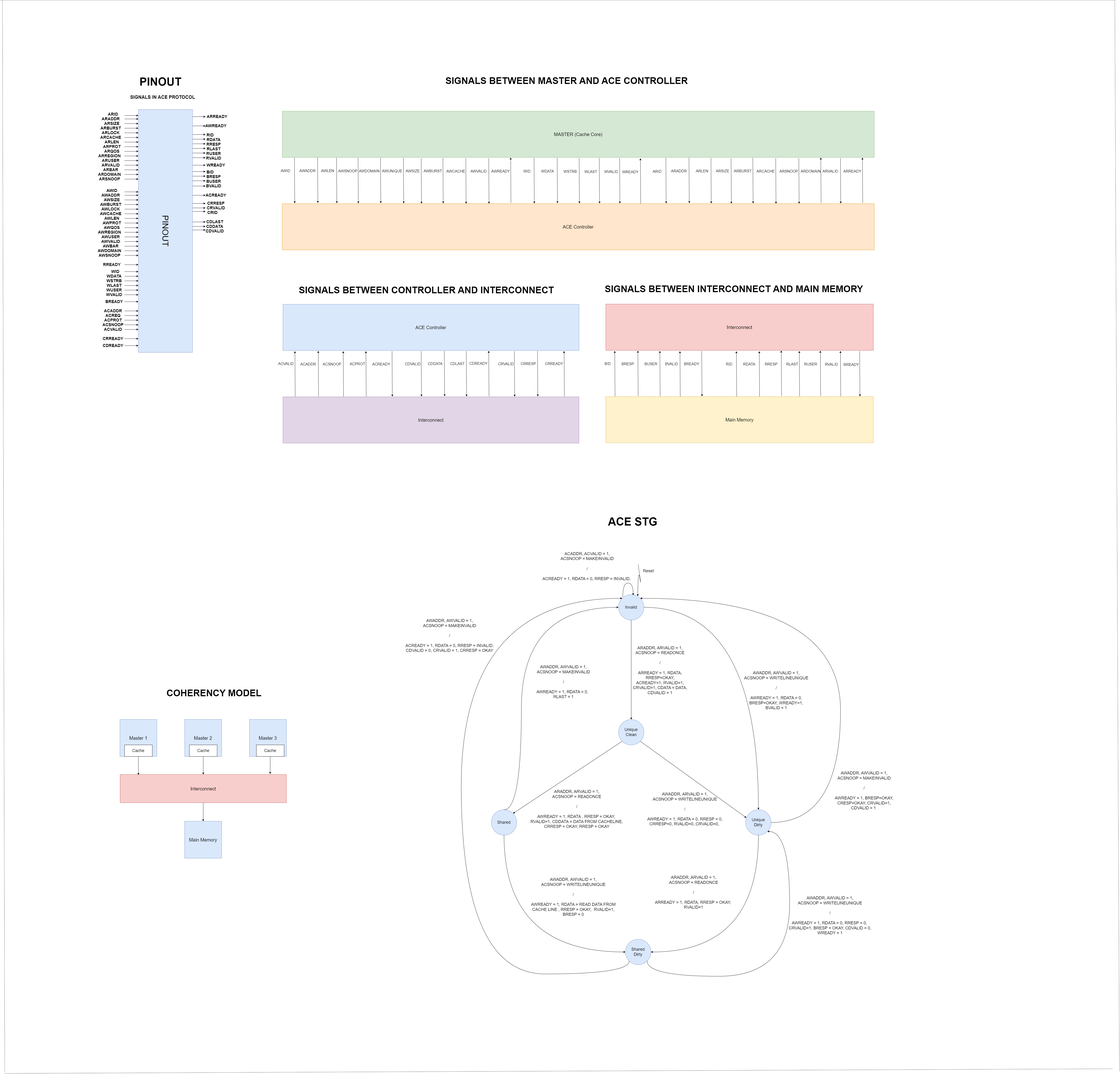
This is docs/ACE Pinout and Controller(draw.io).png from Hamzaweb49/cache-core, a draw.io export, as it was before one commit. Source tidied: cells renumbered, new cells last; positions are measured from the earlier drawing's top-left corner, leaving out a move shared by most shapes.
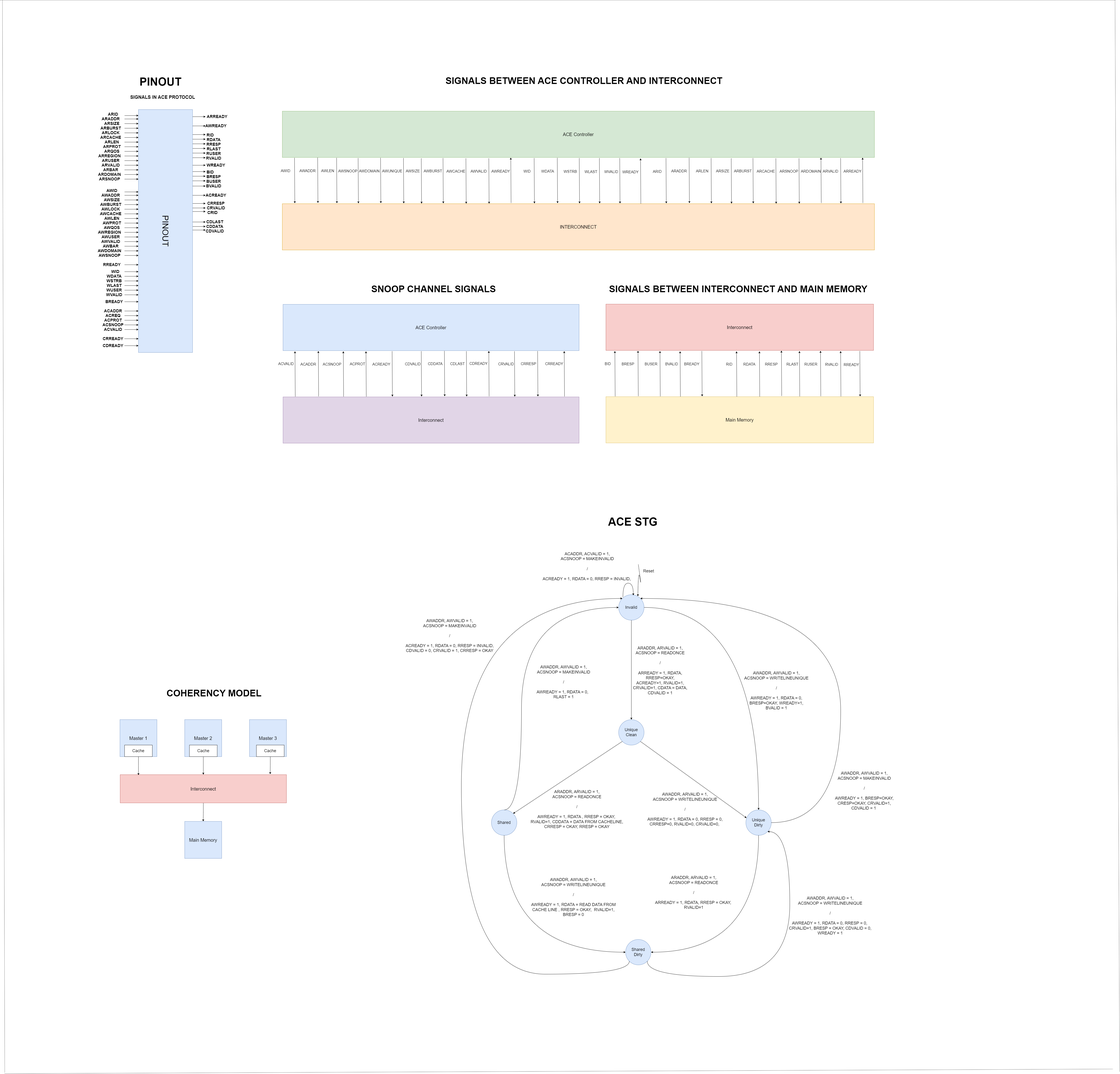
Above is the later version.

Commit message:
Fixed Module Names in Pinout

Change to the diagram source:
```diff
@@ -794,10 +794,10 @@
     <mxCell id="185" value="&lt;font size=&quot;1&quot; style=&quot;&quot;&gt;&lt;b style=&quot;font-size: 40px;&quot;&gt;COHERENCY MODEL&lt;/b&gt;&lt;/font&gt;" style="text;whiteSpace=wrap;html=1;" parent="1" vertex="1">
       <mxGeometry x="718" y="2965" width="431" height="40" as="geometry" />
     </mxCell>
-    <mxCell id="186" value="&lt;font style=&quot;font-size: 20px;&quot;&gt;MASTER (Cache Core)&lt;/font&gt;" style="rounded=0;whiteSpace=wrap;html=1;fillColor=#d5e8d4;strokeColor=#82b366;" parent="1" vertex="1">
+    <mxCell id="186" value="&lt;font style=&quot;font-size: 20px;&quot;&gt;ACE Controller&lt;/font&gt;" style="rounded=0;whiteSpace=wrap;html=1;fillColor=#d5e8d4;strokeColor=#82b366;" parent="1" vertex="1">
       <mxGeometry x="1220" y="480" width="2560" height="200" as="geometry" />
     </mxCell>
-    <mxCell id="187" value="&lt;font style=&quot;font-size: 20px;&quot;&gt;ACE Controller&lt;/font&gt;" style="rounded=0;whiteSpace=wrap;html=1;fillColor=#ffe6cc;strokeColor=#d79b00;" parent="1" vertex="1">
+    <mxCell id="187" value="&lt;font style=&quot;font-size: 20px;&quot;&gt;INTERCONNECT&lt;/font&gt;" style="rounded=0;whiteSpace=wrap;html=1;fillColor=#ffe6cc;strokeColor=#d79b00;" parent="1" vertex="1">
       <mxGeometry x="1220" y="880" width="2560" height="200" as="geometry" />
     </mxCell>
     <mxCell id="188" style="endArrow=classic;html=1;rounded=0;exitX=0.049;exitY=1.003;exitDx=0;exitDy=0;exitPerimeter=0;entryX=0.05;entryY=-0.016;entryDx=0;entryDy=0;entryPerimeter=0;" parent="1" edge="1">
@@ -1274,14 +1274,14 @@
     <mxCell id="294" value="&lt;font style=&quot;font-size: 36px;&quot;&gt;PINOUT&lt;/font&gt;" style="rounded=0;whiteSpace=wrap;html=1;rotation=90;fillColor=#dae8fc;strokeColor=#6c8ebf;" parent="1" vertex="1">
       <mxGeometry x="190" y="881" width="1050" height="234" as="geometry" />
     </mxCell>
-    <mxCell id="295" value="&lt;h1&gt;&lt;font style=&quot;font-size: 40px;&quot;&gt;SIGNALS BETWEEN MASTER AND ACE CONTROLLER&lt;/font&gt;&lt;/h1&gt;" style="text;html=1;strokeColor=none;fillColor=none;spacing=5;spacingTop=-20;whiteSpace=wrap;overflow=hidden;rounded=0;" parent="1" vertex="1">
-      <mxGeometry x="1921" y="319" width="1069" height="70" as="geometry" />
+    <mxCell id="295" value="&lt;h1&gt;&lt;font style=&quot;font-size: 40px;&quot;&gt;SIGNALS BETWEEN ACE CONTROLLER AND INTERCONNECT&lt;/font&gt;&lt;/h1&gt;" style="text;html=1;strokeColor=none;fillColor=none;spacing=5;spacingTop=-20;whiteSpace=wrap;overflow=hidden;rounded=0;" parent="1" vertex="1">
+      <mxGeometry x="1921" y="319" width="1209" height="70" as="geometry" />
     </mxCell>
-    <mxCell id="296" value="&lt;h1&gt;&lt;font style=&quot;font-size: 40px;&quot;&gt;SIGNALS BETWEEN CONTROLLER AND INTERCONNECT&lt;/font&gt;&lt;/h1&gt;" style="text;html=1;strokeColor=none;fillColor=none;spacing=5;spacingTop=-20;whiteSpace=wrap;overflow=hidden;rounded=0;" parent="1" vertex="1">
-      <mxGeometry x="1287" y="1224" width="1120" height="70" as="geometry" />
+    <mxCell id="296" value="&lt;h1&gt;&lt;font style=&quot;font-size: 40px;&quot;&gt;SNOOP CHANNEL SIGNALS&lt;/font&gt;&lt;/h1&gt;" style="text;html=1;strokeColor=none;fillColor=none;spacing=5;spacingTop=-20;whiteSpace=wrap;overflow=hidden;rounded=0;" parent="1" vertex="1">
+      <mxGeometry x="1599.5" y="1219" width="563" height="70" as="geometry" />
     </mxCell>
     <mxCell id="297" value="&lt;h1&gt;&lt;font style=&quot;font-size: 40px;&quot;&gt;SIGNALS BETWEEN INTERCONNECT AND MAIN MEMORY&lt;/font&gt;&lt;/h1&gt;" style="text;html=1;strokeColor=none;fillColor=none;spacing=5;spacingTop=-20;whiteSpace=wrap;overflow=hidden;rounded=0;" parent="1" vertex="1">
-      <mxGeometry x="2610" y="1219" width="1140" height="70" as="geometry" />
+      <mxGeometry x="2627.5" y="1219" width="1140" height="70" as="geometry" />
     </mxCell>
     <mxCell id="298" style="endArrow=none;dashed=1;html=1;rounded=0;" parent="1" edge="1">
       <mxGeometry relative="1" as="geometry">
```
